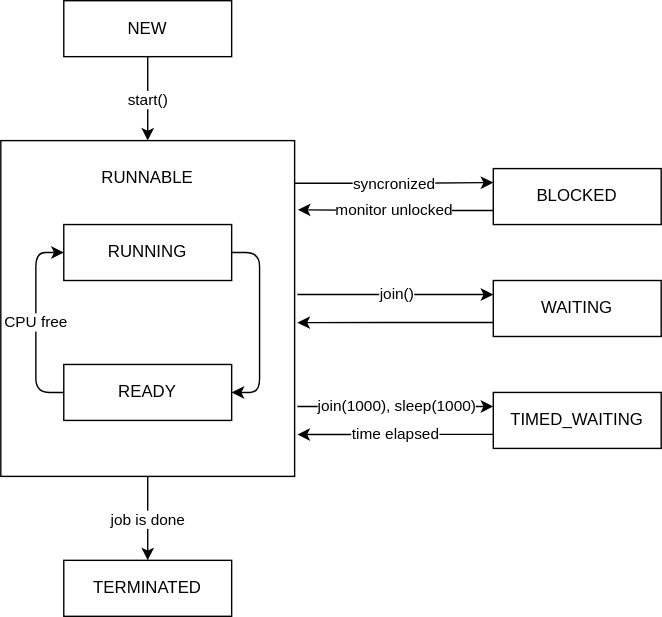
This is images/src/thread_lifecycle.drawio.svg from Boiarshinov/notes4j, a draw.io export, as it was before one commit. Source tidied: cells renumbered, new cells last; positions are measured from the earlier drawing's top-left corner, leaving out a move shared by most shapes.
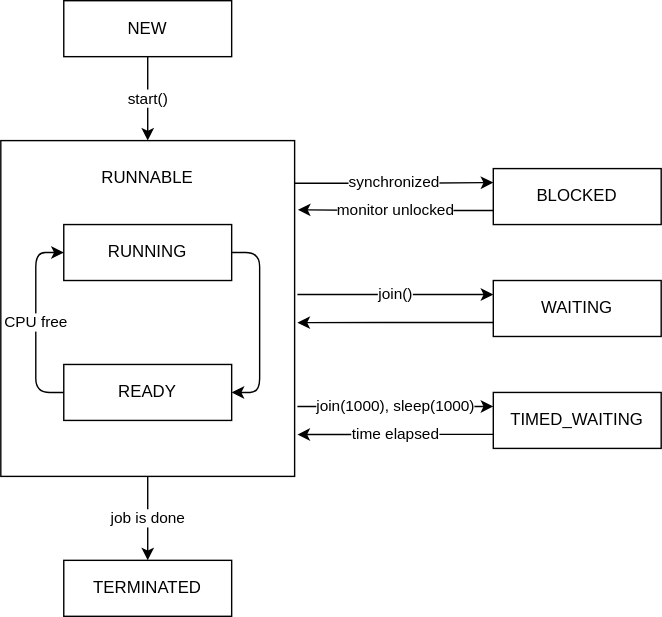
After the change.

Commit message:
Update info about thread safety

The edit, as a diff of the source:
```diff
@@ -33,7 +33,7 @@
     <mxCell id="10" value="job is done" style="edgeStyle=orthogonalEdgeStyle;html=1;exitX=0.5;exitY=1;exitDx=0;exitDy=0;entryX=0.5;entryY=0;entryDx=0;entryDy=0;" parent="1" edge="1" source="14" target="17">
       <mxGeometry relative="1" as="geometry" />
     </mxCell>
-    <mxCell id="11" value="syncronized" style="edgeStyle=orthogonalEdgeStyle;html=1;exitX=0.996;exitY=0.127;exitDx=0;exitDy=0;entryX=0;entryY=0.25;entryDx=0;entryDy=0;exitPerimeter=0;" parent="1" edge="1" source="14" target="9">
+    <mxCell id="11" value="synchronized" style="edgeStyle=orthogonalEdgeStyle;html=1;exitX=0.996;exitY=0.127;exitDx=0;exitDy=0;entryX=0;entryY=0.25;entryDx=0;entryDy=0;exitPerimeter=0;" parent="1" edge="1" source="14" target="9">
       <mxGeometry relative="1" as="geometry" />
     </mxCell>
     <mxCell id="12" value="join()" style="edgeStyle=orthogonalEdgeStyle;html=1;entryX=0;entryY=0.25;entryDx=0;entryDy=0;" parent="1" edge="1" target="7">
```
